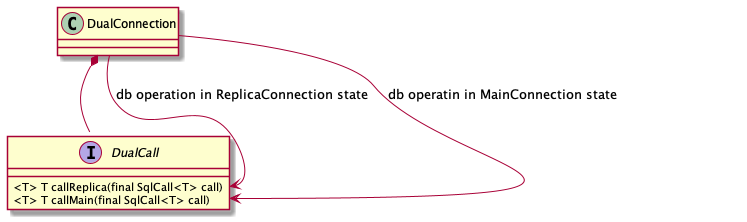
Earlier version of the PlantUML export docs/split-instrumentation.png (atlassian-labs/db-replica). Source of this version:
```plantuml
@startuml

class DualConnection

interface DualCall{
  <T> T callReplica(final SqlCall<T> call)
  <T> T callMain(final SqlCall<T> call)
}

DualConnection *-- DualCall
DualConnection --> DualCall::callReplica : db operation in ReplicaConnection state
DualConnection --> DualCall::callMain : db operatin in MainConnection state


@enduml
```
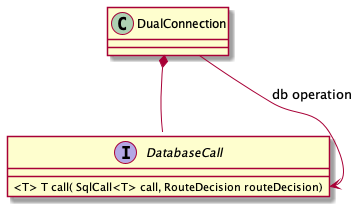
The same diagram one commit later.

What changed in the source:
```diff
@@ -2,14 +2,12 @@
 
 class DualConnection
 
-interface DualCall{
-  <T> T callReplica(final SqlCall<T> call)
-  <T> T callMain(final SqlCall<T> call)
+interface DatabaseCall{
+  <T> T call( SqlCall<T> call, RouteDecision routeDecision)
 }
 
-DualConnection *-- DualCall
-DualConnection --> DualCall::callReplica : db operation in ReplicaConnection state
-DualConnection --> DualCall::callMain : db operatin in MainConnection state
+DualConnection *-- DatabaseCall
+DualConnection --> DatabaseCall::call : db operation
 
 
 @enduml
```
